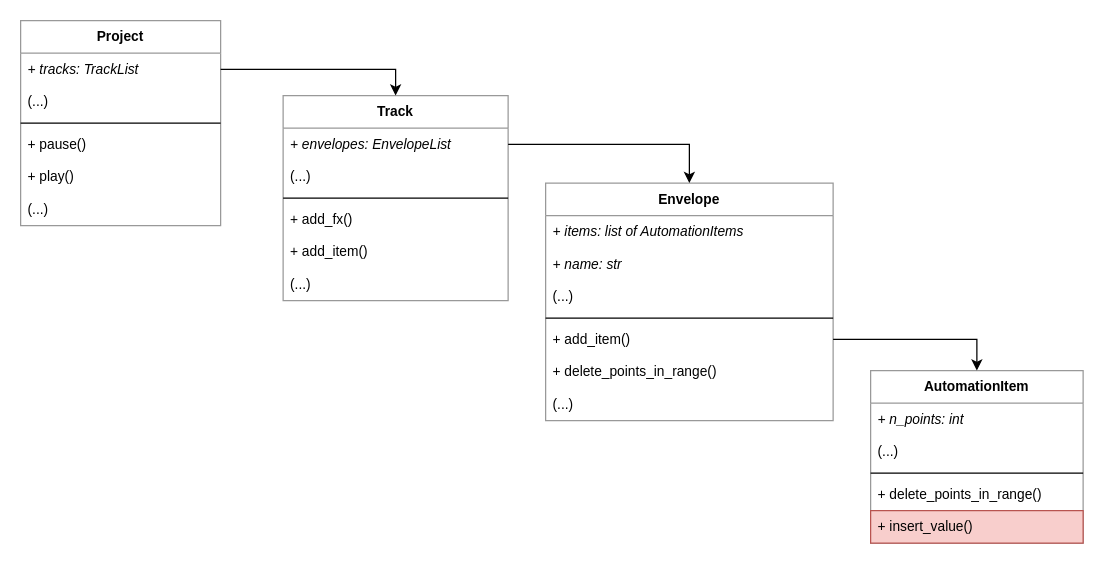
This is Graphs/reaper-diagram.drawio from odwrocsie/magisterka, a draw.io file, before an edit. Source tidied: cells renumbered, new cells numbered last; positions are measured from the earlier drawing's top-left corner, leaving out a move shared by most shapes. Both pictures are drawn from the tidied source at 125%, with x=0, y=0 at pixel (20, 20).
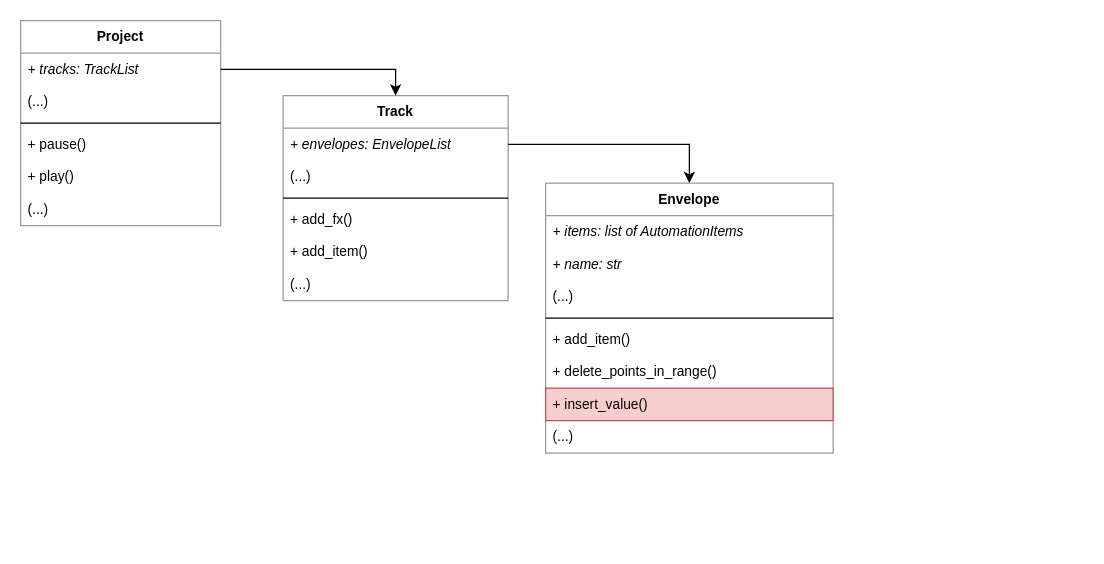
Above is the later version.

Unchanged cells that the change refers to:
```xml
<mxCell id="22" value="+ add_item()" style="text;strokeColor=none;fillColor=none;align=left;verticalAlign=top;spacingLeft=4;spacingRight=4;overflow=hidden;points=[[0,0.5],[1,0.5]];portConstraint=eastwest;fontFamily=Helvetica;fontSize=11;" parent="17" vertex="1">
  <mxGeometry y="112" width="230" height="26" as="geometry" />
</mxCell>
```

Change to the diagram source:
```diff
@@
     <mxCell id="17" value="Envelope" style="swimlane;fontStyle=1;align=center;verticalAlign=top;horizontal=1;startSize=26;fontFamily=Helvetica;fontSize=11;strokeColor=#999999;" parent="1" vertex="1">
-      <mxGeometry x="420" y="130" width="230" height="190" as="geometry" />
+      <mxGeometry x="420" y="130" width="230" height="216" as="geometry" />
     </mxCell>
@@
+    <mxCell id="31" value="+ insert_value()" style="text;strokeColor=#b85450;fillColor=#f8cecc;align=left;verticalAlign=top;spacingLeft=4;spacingRight=4;overflow=hidden;fontFamily=Helvetica;fontSize=11;" parent="17" vertex="1">
+      <mxGeometry y="164" width="230" height="26" as="geometry" />
+    </mxCell>
     <mxCell id="24" value="(...)" style="text;strokeColor=none;fillColor=none;align=left;verticalAlign=top;spacingLeft=4;spacingRight=4;overflow=hidden;fontFamily=Helvetica;fontSize=11;" parent="17" vertex="1">
-      <mxGeometry y="164" width="230" height="26" as="geometry" />
+      <mxGeometry y="190" width="230" height="26" as="geometry" />
     </mxCell>
@@
-    <mxCell id="26" value="AutomationItem" style="swimlane;fontStyle=1;align=center;verticalAlign=top;horizontal=1;startSize=26;fontFamily=Helvetica;fontSize=11;strokeColor=#999999;" parent="1" vertex="1">
-      <mxGeometry x="680" y="280" width="170" height="138" as="geometry" />
-    </mxCell>
-    <mxCell id="27" value="+ n_points: int" style="text;strokeColor=none;fillColor=none;align=left;verticalAlign=top;spacingLeft=4;spacingRight=4;overflow=hidden;fontFamily=Helvetica;fontSize=11;fontStyle=2;" parent="26" vertex="1">
-      <mxGeometry y="26" width="170" height="26" as="geometry" />
-    </mxCell>
-    <mxCell id="28" value="(...)" style="text;strokeColor=none;fillColor=none;align=left;verticalAlign=top;spacingLeft=4;spacingRight=4;overflow=hidden;fontFamily=Helvetica;fontSize=11;" parent="26" vertex="1">
-      <mxGeometry y="52" width="170" height="26" as="geometry" />
-    </mxCell>
-    <mxCell id="29" style="line;strokeWidth=1;fillColor=none;align=left;verticalAlign=middle;spacingTop=-1;spacingLeft=3;spacingRight=3;labelPosition=right;fontFamily=Helvetica;fontSize=11;" parent="26" vertex="1">
-      <mxGeometry y="78" width="170" height="8" as="geometry" />
-    </mxCell>
-    <mxCell id="30" value="+ delete_points_in_range()" style="text;strokeColor=none;fillColor=none;align=left;verticalAlign=top;spacingLeft=4;spacingRight=4;overflow=hidden;fontFamily=Helvetica;fontSize=11;" parent="26" vertex="1">
-      <mxGeometry y="86" width="170" height="26" as="geometry" />
-    </mxCell>
-    <mxCell id="31" value="+ insert_value()" style="text;strokeColor=#b85450;fillColor=#f8cecc;align=left;verticalAlign=top;spacingLeft=4;spacingRight=4;overflow=hidden;fontFamily=Helvetica;fontSize=11;" parent="26" vertex="1">
-      <mxGeometry y="112" width="170" height="26" as="geometry" />
-    </mxCell>
-    <mxCell id="32" style="edgeStyle=orthogonalEdgeStyle;rounded=0;jettySize=auto;html=1;exitX=1;exitY=0.5;exitDx=0;exitDy=0;entryX=0.5;entryY=0;entryDx=0;entryDy=0;fontFamily=Helvetica;fontSize=11;" parent="1" edge="1" source="22" target="26">
-      <mxGeometry relative="1" as="geometry" />
-    </mxCell>
```
